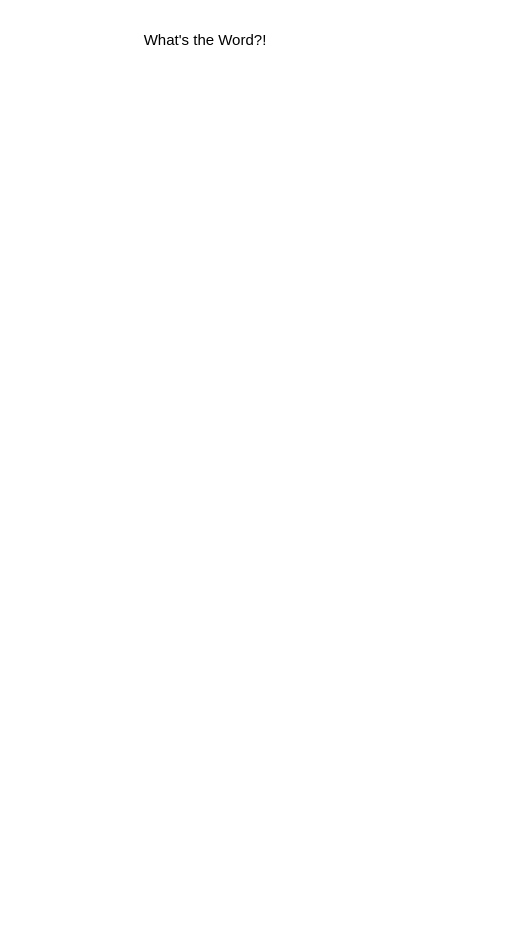
This is wireframes/gameStart.drawio from BeccaK8/whats-the-word, a draw.io file, before an edit. Source tidied: cells renumbered, new cells numbered last; positions are measured from the earlier drawing's top-left corner, leaving out a move shared by most shapes. Both pictures are drawn from the tidied source at 125%, with x=0, y=0 at pixel (111, 21).
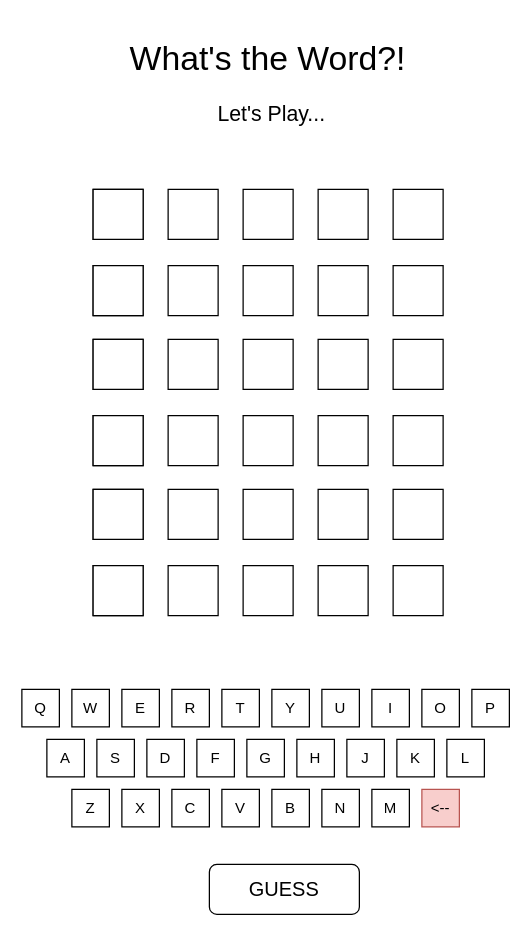
The same diagram, later.

Change to the diagram source:
```diff
@@
-    <mxCell id="2" value="What's the Word?!" style="text;strokeColor=none;align=center;fillColor=none;html=1;verticalAlign=middle;whiteSpace=wrap;rounded=0;" parent="1" vertex="1">
-      <mxGeometry width="150" height="30" as="geometry" />
+    <mxCell id="2" value="What's the Word?!" style="text;strokeColor=none;align=center;fillColor=none;html=1;verticalAlign=middle;whiteSpace=wrap;rounded=0;fontSize=27;" parent="1" vertex="1">
+      <mxGeometry width="250" height="60" as="geometry" />
     </mxCell>
+    <mxCell id="3" style="whiteSpace=wrap;html=1;" parent="1" vertex="1">
+      <mxGeometry x="-15" y="134" width="40" height="40" as="geometry" />
+    </mxCell>
+    <mxCell id="4" style="whiteSpace=wrap;html=1;" parent="1" vertex="1">
+      <mxGeometry x="-15" y="134" width="40" height="40" as="geometry" />
+    </mxCell>
+    <mxCell id="5" style="whiteSpace=wrap;html=1;" parent="1" vertex="1">
+      <mxGeometry x="225" y="134" width="40" height="40" as="geometry" />
+    </mxCell>
+    <mxCell id="6" style="whiteSpace=wrap;html=1;" parent="1" vertex="1">
+      <mxGeometry x="165" y="134" width="40" height="40" as="geometry" />
+    </mxCell>
+    <mxCell id="7" style="whiteSpace=wrap;html=1;" parent="1" vertex="1">
+      <mxGeometry x="105" y="134" width="40" height="40" as="geometry" />
+    </mxCell>
+    <mxCell id="8" style="whiteSpace=wrap;html=1;" parent="1" vertex="1">
+      <mxGeometry x="45" y="134" width="40" height="40" as="geometry" />
+    </mxCell>
+    <mxCell id="9" style="whiteSpace=wrap;html=1;" parent="1" vertex="1">
+      <mxGeometry x="-15" y="195" width="40" height="40" as="geometry" />
+    </mxCell>
+    <mxCell id="10" style="whiteSpace=wrap;html=1;" parent="1" vertex="1">
+      <mxGeometry x="-15" y="195" width="40" height="40" as="geometry" />
+    </mxCell>
+    <mxCell id="11" style="whiteSpace=wrap;html=1;" parent="1" vertex="1">
+      <mxGeometry x="225" y="195" width="40" height="40" as="geometry" />
+    </mxCell>
+    <mxCell id="12" style="whiteSpace=wrap;html=1;" parent="1" vertex="1">
+      <mxGeometry x="165" y="195" width="40" height="40" as="geometry" />
+    </mxCell>
+    <mxCell id="13" style="whiteSpace=wrap;html=1;" parent="1" vertex="1">
+      <mxGeometry x="105" y="195" width="40" height="40" as="geometry" />
+    </mxCell>
+    <mxCell id="14" style="whiteSpace=wrap;html=1;" parent="1" vertex="1">
+      <mxGeometry x="45" y="195" width="40" height="40" as="geometry" />
+    </mxCell>
+    <mxCell id="15" style="whiteSpace=wrap;html=1;" parent="1" vertex="1">
+      <mxGeometry x="-15" y="254" width="40" height="40" as="geometry" />
+    </mxCell>
+    <mxCell id="16" style="whiteSpace=wrap;html=1;" parent="1" vertex="1">
+      <mxGeometry x="-15" y="254" width="40" height="40" as="geometry" />
+    </mxCell>
+    <mxCell id="17" style="whiteSpace=wrap;html=1;" parent="1" vertex="1">
+      <mxGeometry x="225" y="254" width="40" height="40" as="geometry" />
+    </mxCell>
+    <mxCell id="18" style="whiteSpace=wrap;html=1;" parent="1" vertex="1">
+      <mxGeometry x="165" y="254" width="40" height="40" as="geometry" />
+    </mxCell>
+    <mxCell id="19" style="whiteSpace=wrap;html=1;" parent="1" vertex="1">
+      <mxGeometry x="105" y="254" width="40" height="40" as="geometry" />
+    </mxCell>
+    <mxCell id="20" style="whiteSpace=wrap;html=1;" parent="1" vertex="1">
+      <mxGeometry x="45" y="254" width="40" height="40" as="geometry" />
+    </mxCell>
+    <mxCell id="21" style="whiteSpace=wrap;html=1;" parent="1" vertex="1">
+      <mxGeometry x="-15" y="315" width="40" height="40" as="geometry" />
+    </mxCell>
+    <mxCell id="22" style="whiteSpace=wrap;html=1;" parent="1" vertex="1">
+      <mxGeometry x="-15" y="315" width="40" height="40" as="geometry" />
+    </mxCell>
+    <mxCell id="23" style="whiteSpace=wrap;html=1;" parent="1" vertex="1">
+      <mxGeometry x="225" y="315" width="40" height="40" as="geometry" />
+    </mxCell>
+    <mxCell id="24" style="whiteSpace=wrap;html=1;" parent="1" vertex="1">
+      <mxGeometry x="165" y="315" width="40" height="40" as="geometry" />
+    </mxCell>
+    <mxCell id="25" style="whiteSpace=wrap;html=1;" parent="1" vertex="1">
+      <mxGeometry x="105" y="315" width="40" height="40" as="geometry" />
+    </mxCell>
+    <mxCell id="26" style="whiteSpace=wrap;html=1;" parent="1" vertex="1">
+      <mxGeometry x="45" y="315" width="40" height="40" as="geometry" />
+    </mxCell>
+    <mxCell id="27" style="whiteSpace=wrap;html=1;" parent="1" vertex="1">
+      <mxGeometry x="-15" y="374" width="40" height="40" as="geometry" />
+    </mxCell>
+    <mxCell id="28" style="whiteSpace=wrap;html=1;" parent="1" vertex="1">
+      <mxGeometry x="-15" y="374" width="40" height="40" as="geometry" />
+    </mxCell>
+    <mxCell id="29" style="whiteSpace=wrap;html=1;" parent="1" vertex="1">
+      <mxGeometry x="225" y="374" width="40" height="40" as="geometry" />
+    </mxCell>
+    <mxCell id="30" style="whiteSpace=wrap;html=1;" parent="1" vertex="1">
+      <mxGeometry x="165" y="374" width="40" height="40" as="geometry" />
+    </mxCell>
+    <mxCell id="31" style="whiteSpace=wrap;html=1;" parent="1" vertex="1">
+      <mxGeometry x="105" y="374" width="40" height="40" as="geometry" />
+    </mxCell>
+    <mxCell id="32" style="whiteSpace=wrap;html=1;" parent="1" vertex="1">
+      <mxGeometry x="45" y="374" width="40" height="40" as="geometry" />
+    </mxCell>
+    <mxCell id="33" style="whiteSpace=wrap;html=1;" parent="1" vertex="1">
+      <mxGeometry x="-15" y="435" width="40" height="40" as="geometry" />
+    </mxCell>
+    <mxCell id="34" style="whiteSpace=wrap;html=1;" parent="1" vertex="1">
+      <mxGeometry x="-15" y="435" width="40" height="40" as="geometry" />
+    </mxCell>
+    <mxCell id="35" style="whiteSpace=wrap;html=1;" parent="1" vertex="1">
+      <mxGeometry x="225" y="435" width="40" height="40" as="geometry" />
+    </mxCell>
+    <mxCell id="36" style="whiteSpace=wrap;html=1;" parent="1" vertex="1">
+      <mxGeometry x="165" y="435" width="40" height="40" as="geometry" />
+    </mxCell>
+    <mxCell id="37" style="whiteSpace=wrap;html=1;" parent="1" vertex="1">
+      <mxGeometry x="105" y="435" width="40" height="40" as="geometry" />
+    </mxCell>
+    <mxCell id="38" style="whiteSpace=wrap;html=1;" parent="1" vertex="1">
+      <mxGeometry x="45" y="435" width="40" height="40" as="geometry" />
+    </mxCell>
+    <mxCell id="39" value="Q" style="whiteSpace=wrap;html=1;" parent="1" vertex="1">
+      <mxGeometry x="-72" y="534" width="30" height="30" as="geometry" />
+    </mxCell>
+    <mxCell id="40" value="W" style="whiteSpace=wrap;html=1;" parent="1" vertex="1">
+      <mxGeometry x="-32" y="534" width="30" height="30" as="geometry" />
+    </mxCell>
+    <mxCell id="41" value="E" style="whiteSpace=wrap;html=1;" parent="1" vertex="1">
+      <mxGeometry x="8" y="534" width="30" height="30" as="geometry" />
+    </mxCell>
+    <mxCell id="42" value="R" style="whiteSpace=wrap;html=1;" parent="1" vertex="1">
+      <mxGeometry x="48" y="534" width="30" height="30" as="geometry" />
+    </mxCell>
+    <mxCell id="43" value="T" style="whiteSpace=wrap;html=1;" parent="1" vertex="1">
+      <mxGeometry x="88" y="534" width="30" height="30" as="geometry" />
+    </mxCell>
+    <mxCell id="44" value="Y" style="whiteSpace=wrap;html=1;" parent="1" vertex="1">
+      <mxGeometry x="128" y="534" width="30" height="30" as="geometry" />
+    </mxCell>
+    <mxCell id="45" value="U" style="whiteSpace=wrap;html=1;" parent="1" vertex="1">
+      <mxGeometry x="168" y="534" width="30" height="30" as="geometry" />
+    </mxCell>
+    <mxCell id="46" value="I" style="whiteSpace=wrap;html=1;" parent="1" vertex="1">
+      <mxGeometry x="208" y="534" width="30" height="30" as="geometry" />
+    </mxCell>
+    <mxCell id="47" value="O" style="whiteSpace=wrap;html=1;" parent="1" vertex="1">
+      <mxGeometry x="248" y="534" width="30" height="30" as="geometry" />
+    </mxCell>
+    <mxCell id="48" value="P" style="whiteSpace=wrap;html=1;" parent="1" vertex="1">
+      <mxGeometry x="288" y="534" width="30" height="30" as="geometry" />
+    </mxCell>
+    <mxCell id="49" value="A" style="whiteSpace=wrap;html=1;" parent="1" vertex="1">
+      <mxGeometry x="-52" y="574" width="30" height="30" as="geometry" />
+    </mxCell>
+    <mxCell id="50" value="S" style="whiteSpace=wrap;html=1;" parent="1" vertex="1">
+      <mxGeometry x="-12" y="574" width="30" height="30" as="geometry" />
+    </mxCell>
+    <mxCell id="51" value="D" style="whiteSpace=wrap;html=1;" parent="1" vertex="1">
+      <mxGeometry x="28" y="574" width="30" height="30" as="geometry" />
+    </mxCell>
+    <mxCell id="52" value="F" style="whiteSpace=wrap;html=1;" parent="1" vertex="1">
+      <mxGeometry x="68" y="574" width="30" height="30" as="geometry" />
+    </mxCell>
+    <mxCell id="53" value="G" style="whiteSpace=wrap;html=1;" parent="1" vertex="1">
+      <mxGeometry x="108" y="574" width="30" height="30" as="geometry" />
+    </mxCell>
+    <mxCell id="54" value="H" style="whiteSpace=wrap;html=1;" parent="1" vertex="1">
+      <mxGeometry x="148" y="574" width="30" height="30" as="geometry" />
+    </mxCell>
+    <mxCell id="55" value="J" style="whiteSpace=wrap;html=1;" parent="1" vertex="1">
+      <mxGeometry x="188" y="574" width="30" height="30" as="geometry" />
+    </mxCell>
+    <mxCell id="56" value="K" style="whiteSpace=wrap;html=1;" parent="1" vertex="1">
+      <mxGeometry x="228" y="574" width="30" height="30" as="geometry" />
+    </mxCell>
+    <mxCell id="57" value="L" style="whiteSpace=wrap;html=1;" parent="1" vertex="1">
+      <mxGeometry x="268" y="574" width="30" height="30" as="geometry" />
+    </mxCell>
+    <mxCell id="58" value="Z" style="whiteSpace=wrap;html=1;" parent="1" vertex="1">
+      <mxGeometry x="-32" y="614" width="30" height="30" as="geometry" />
+    </mxCell>
+    <mxCell id="59" value="X" style="whiteSpace=wrap;html=1;" parent="1" vertex="1">
+      <mxGeometry x="8" y="614" width="30" height="30" as="geometry" />
+    </mxCell>
+    <mxCell id="60" value="C" style="whiteSpace=wrap;html=1;" parent="1" vertex="1">
+      <mxGeometry x="48" y="614" width="30" height="30" as="geometry" />
+    </mxCell>
+    <mxCell id="61" value="V" style="whiteSpace=wrap;html=1;" parent="1" vertex="1">
+      <mxGeometry x="88" y="614" width="30" height="30" as="geometry" />
+    </mxCell>
+    <mxCell id="62" value="B" style="whiteSpace=wrap;html=1;" parent="1" vertex="1">
+      <mxGeometry x="128" y="614" width="30" height="30" as="geometry" />
+    </mxCell>
+    <mxCell id="63" value="N" style="whiteSpace=wrap;html=1;" parent="1" vertex="1">
+      <mxGeometry x="168" y="614" width="30" height="30" as="geometry" />
+    </mxCell>
+    <mxCell id="64" value="M" style="whiteSpace=wrap;html=1;" parent="1" vertex="1">
+      <mxGeometry x="208" y="614" width="30" height="30" as="geometry" />
+    </mxCell>
+    <mxCell id="65" value="&amp;lt;--" style="whiteSpace=wrap;html=1;fillColor=#f8cecc;strokeColor=#b85450;" parent="1" vertex="1">
+      <mxGeometry x="248" y="614" width="30" height="30" as="geometry" />
+    </mxCell>
+    <mxCell id="66" value="GUESS" style="rounded=1;whiteSpace=wrap;html=1;fontSize=16;" parent="1" vertex="1">
+      <mxGeometry x="78" y="674" width="120" height="40" as="geometry" />
+    </mxCell>
+    <mxCell id="67" value="Let's Play..." style="text;strokeColor=none;align=center;fillColor=none;html=1;verticalAlign=middle;whiteSpace=wrap;rounded=0;fontSize=17;" parent="1" vertex="1">
+      <mxGeometry x="68" y="60" width="120" height="30" as="geometry" />
+    </mxCell>
```
